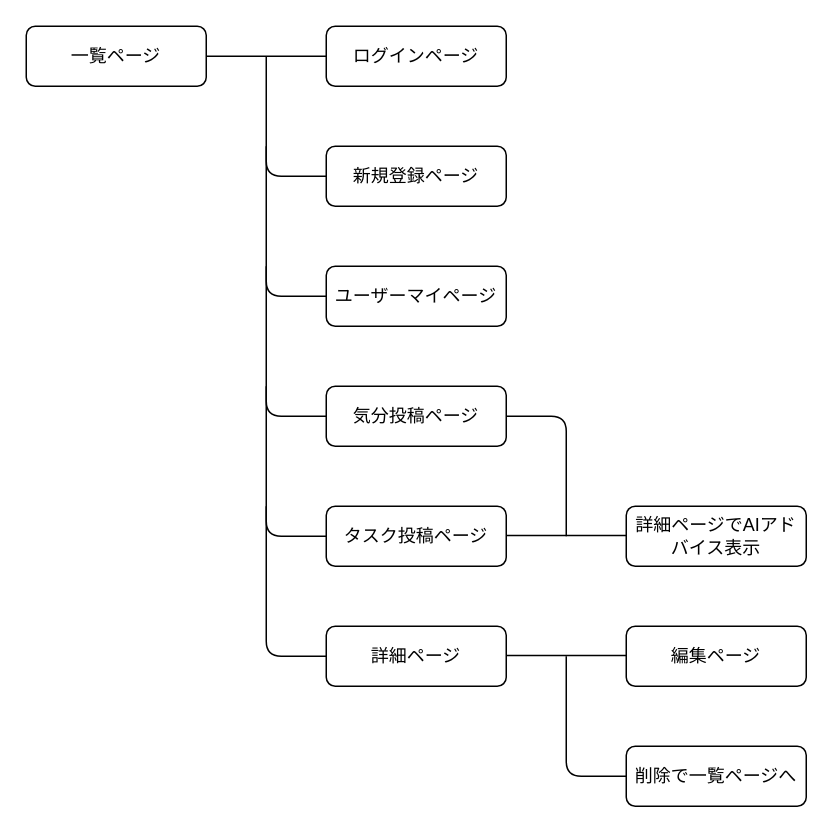
Before: 画面遷移図.dio in r070624tue/motivebutton_kun, a draw.io diagram. Source tidied: cells renumbered, new cells numbered last; positions are measured from the earlier drawing's top-left corner, leaving out a move shared by most shapes. Both pictures are drawn from the tidied source at 150%, with x=0, y=0 at pixel (26, 26).
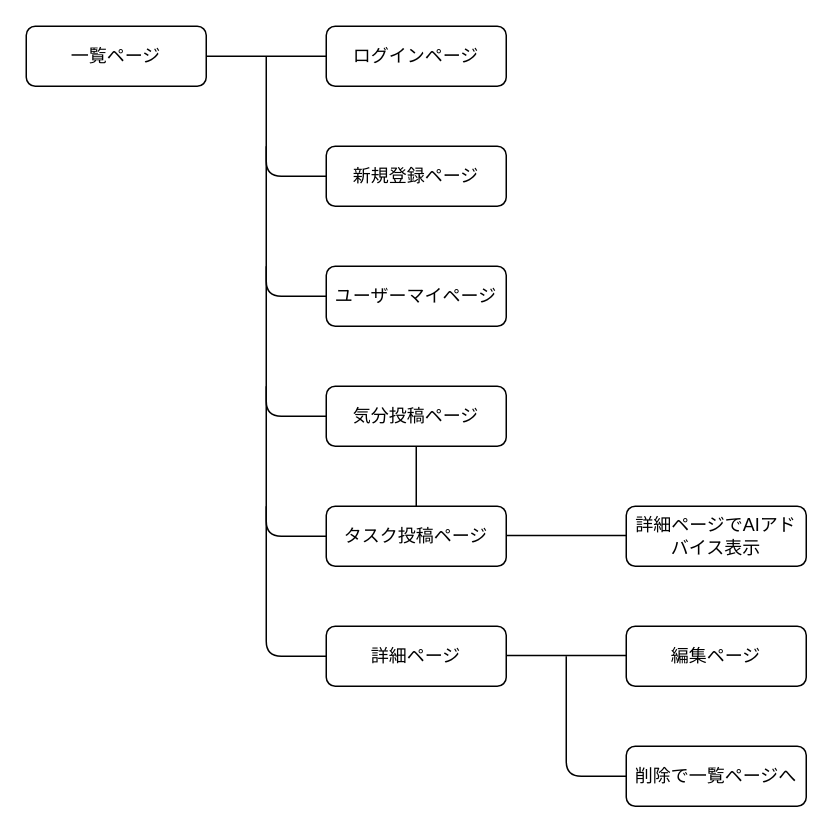
The same diagram, later.

The change refers to these unchanged cells:
```xml
<mxCell id="8" value="気分投稿ページ" style="whiteSpace=wrap;html=1;rounded=1;" parent="1" vertex="1">
  <mxGeometry x="200" y="240" width="120" height="40" as="geometry" />
</mxCell>
<mxCell id="10" value="タスク投稿ページ" style="whiteSpace=wrap;html=1;rounded=1;" parent="1" vertex="1">
  <mxGeometry x="200" y="320" width="120" height="40" as="geometry" />
</mxCell>
```

Change to the diagram source:
```diff
@@
-    <mxCell id="19" style="edgeStyle=none;html=1;endArrow=none;endFill=0;" parent="1" edge="1">
-      <mxGeometry relative="1" as="geometry">
-        <mxPoint x="320" y="260" as="sourcePoint" />
-        <mxPoint x="360" y="340" as="targetPoint" />
-        <Array as="points">
-          <mxPoint x="360" y="260" />
-        </Array>
-      </mxGeometry>
+    <mxCell id="19" style="edgeStyle=none;html=1;endArrow=none;endFill=0;entryX=0.5;entryY=0;entryDx=0;entryDy=0;exitX=0.5;exitY=1;exitDx=0;exitDy=0;" parent="1" edge="1" source="8" target="10">
+      <mxGeometry relative="1" as="geometry" />
     </mxCell>
```
